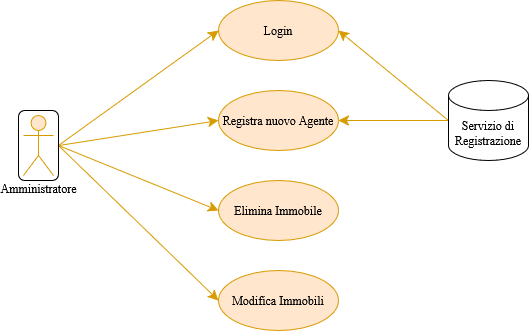
Above: diagrammi/UseCase-Admin.drawio.png in Sperob98/Documentazione-DietiEstates25 (draw.io), before the change. Source tidied: cells renumbered, new cells last; positions are measured from the earlier drawing's top-left corner, leaving out a move shared by most shapes.
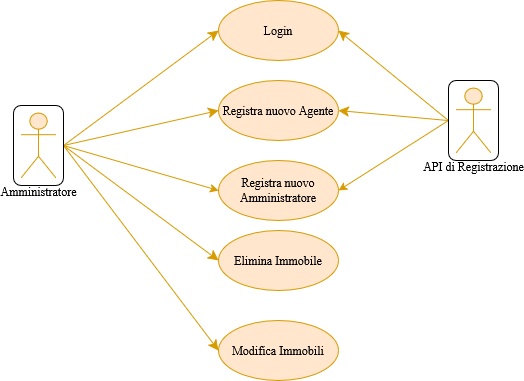
The same diagram one commit later.

The edit, as a diff of the source:
```diff
@@ -12,34 +12,52 @@
       <mxGeometry relative="1" as="geometry" />
     </mxCell>
     <mxCell id="5" value="Registra nuovo Agente" style="ellipse;whiteSpace=wrap;html=1;rounded=0;fillColor=#ffe6cc;strokeColor=#d79b00;" parent="1" vertex="1">
-      <mxGeometry x="200" y="90" width="120" height="60" as="geometry" />
+      <mxGeometry x="200" y="80" width="120" height="60" as="geometry" />
     </mxCell>
     <mxCell id="6" value="Login" style="ellipse;whiteSpace=wrap;html=1;rounded=0;fillColor=#ffe6cc;strokeColor=#d79b00;" parent="1" vertex="1">
       <mxGeometry x="200" width="120" height="60" as="geometry" />
     </mxCell>
     <mxCell id="7" value="Elimina Immobile" style="ellipse;whiteSpace=wrap;html=1;rounded=0;fillColor=#ffe6cc;strokeColor=#d79b00;" parent="1" vertex="1">
-      <mxGeometry x="200" y="180" width="120" height="60" as="geometry" />
+      <mxGeometry x="200" y="230" width="120" height="60" as="geometry" />
     </mxCell>
     <mxCell id="8" value="Modifica Immobili" style="ellipse;whiteSpace=wrap;html=1;rounded=0;fillColor=#ffe6cc;strokeColor=#d79b00;" parent="1" vertex="1">
-      <mxGeometry x="200" y="270" width="120" height="60" as="geometry" />
+      <mxGeometry x="200" y="320" width="120" height="60" as="geometry" />
     </mxCell>
-    <mxCell id="9" style="edgeStyle=none;curved=1;rounded=0;jettySize=auto;html=1;exitX=0;exitY=0.5;exitDx=0;exitDy=0;exitPerimeter=0;entryX=1;entryY=0.5;entryDx=0;entryDy=0;fontSize=12;startSize=8;endSize=8;fillColor=#ffe6cc;strokeColor=#d79b00;" parent="1" edge="1" source="11" target="5">
-      <mxGeometry relative="1" as="geometry" />
+    <mxCell id="9" style="edgeStyle=none;curved=1;rounded=0;jettySize=auto;html=1;exitX=0;exitY=0.5;exitDx=0;exitDy=0;exitPerimeter=0;entryX=1;entryY=0.5;entryDx=0;entryDy=0;fontSize=12;startSize=8;endSize=8;fillColor=#ffe6cc;strokeColor=#d79b00;" parent="1" edge="1" target="5">
+      <mxGeometry relative="1" as="geometry">
+        <mxPoint x="430" y="120" as="sourcePoint" />
+      </mxGeometry>
     </mxCell>
-    <mxCell id="10" style="edgeStyle=none;curved=1;rounded=0;jettySize=auto;html=1;exitX=0;exitY=0.5;exitDx=0;exitDy=0;exitPerimeter=0;entryX=1;entryY=0.5;entryDx=0;entryDy=0;fontSize=12;startSize=8;endSize=8;fillColor=#ffe6cc;strokeColor=#d79b00;" parent="1" edge="1" source="11" target="6">
-      <mxGeometry relative="1" as="geometry" />
+    <mxCell id="10" style="edgeStyle=none;curved=1;rounded=0;jettySize=auto;html=1;exitX=0;exitY=0.5;exitDx=0;exitDy=0;exitPerimeter=0;entryX=1;entryY=0.5;entryDx=0;entryDy=0;fontSize=12;startSize=8;endSize=8;fillColor=#ffe6cc;strokeColor=#d79b00;" parent="1" edge="1" target="6">
+      <mxGeometry relative="1" as="geometry">
+        <mxPoint x="430" y="120" as="sourcePoint" />
+      </mxGeometry>
     </mxCell>
-    <mxCell id="11" value="Servizio di Registrazione" style="shape=cylinder3;whiteSpace=wrap;html=1;boundedLbl=1;backgroundOutline=1;size=15;rounded=0;" parent="1" vertex="1">
-      <mxGeometry x="430" y="80" width="80" height="80" as="geometry" />
-    </mxCell>
+    <mxCell id="15" style="rounded=1;jettySize=auto;html=1;exitX=0;exitY=0.5;exitDx=0;exitDy=0;exitPerimeter=0;entryX=1;entryY=0.5;entryDx=0;entryDy=0;fillColor=#ffe6cc;strokeColor=#d79b00;curved=0;" parent="1" edge="1" target="17">
+      <mxGeometry relative="1" as="geometry">
+        <mxPoint x="430" y="120" as="sourcePoint" />
+      </mxGeometry>
+    </mxCell>
     <mxCell id="12" style="edgeStyle=none;curved=1;rounded=0;jettySize=auto;html=1;exitX=1;exitY=0.5;exitDx=0;exitDy=0;fontSize=12;startSize=8;endSize=8;entryX=0;entryY=0.5;entryDx=0;entryDy=0;fillColor=#ffe6cc;strokeColor=#d79b00;" parent="1" edge="1" source="13" target="7">
       <mxGeometry relative="1" as="geometry" />
     </mxCell>
+    <mxCell id="16" style="rounded=0;jettySize=auto;html=1;exitX=1;exitY=0.5;exitDx=0;exitDy=0;entryX=0;entryY=0.5;entryDx=0;entryDy=0;fillColor=#ffe6cc;strokeColor=#d79b00;" parent="1" edge="1" source="13" target="17">
+      <mxGeometry relative="1" as="geometry" />
+    </mxCell>
     <mxCell id="13" style="rounded=1;whiteSpace=wrap;html=1;" parent="1" vertex="1">
-      <mxGeometry y="110" width="40" height="70" as="geometry" />
+      <mxGeometry x="-5" y="105" width="50" height="80" as="geometry" />
     </mxCell>
     <mxCell id="14" value="Amministratore" style="shape=umlActor;verticalLabelPosition=bottom;verticalAlign=top;html=1;rounded=0;fillColor=#ffe6cc;strokeColor=#d79b00;" parent="1" vertex="1">
-      <mxGeometry x="5" y="115" width="30" height="60" as="geometry" />
+      <mxGeometry x="2.5" y="112.5" width="35" height="65" as="geometry" />
     </mxCell>
+    <mxCell id="17" value="Registra nuovo Amministratore" style="ellipse;whiteSpace=wrap;html=1;rounded=0;fillColor=#ffe6cc;strokeColor=#d79b00;" parent="1" vertex="1">
+      <mxGeometry x="200" y="160" width="120" height="60" as="geometry" />
+    </mxCell>
+    <mxCell id="18" style="rounded=1;whiteSpace=wrap;html=1;" parent="1" vertex="1">
+      <mxGeometry x="430" y="80" width="50" height="80" as="geometry" />
+    </mxCell>
+    <mxCell id="19" value="&lt;div&gt;API di Registrazione&lt;/div&gt;&lt;div&gt;&lt;br&gt;&lt;/div&gt;" style="shape=umlActor;verticalLabelPosition=bottom;verticalAlign=top;html=1;rounded=0;fillColor=#ffe6cc;strokeColor=#d79b00;" parent="1" vertex="1">
+      <mxGeometry x="437.5" y="87.5" width="35" height="65" as="geometry" />
+    </mxCell>
   </root>
 </mxGraphModel>
```
